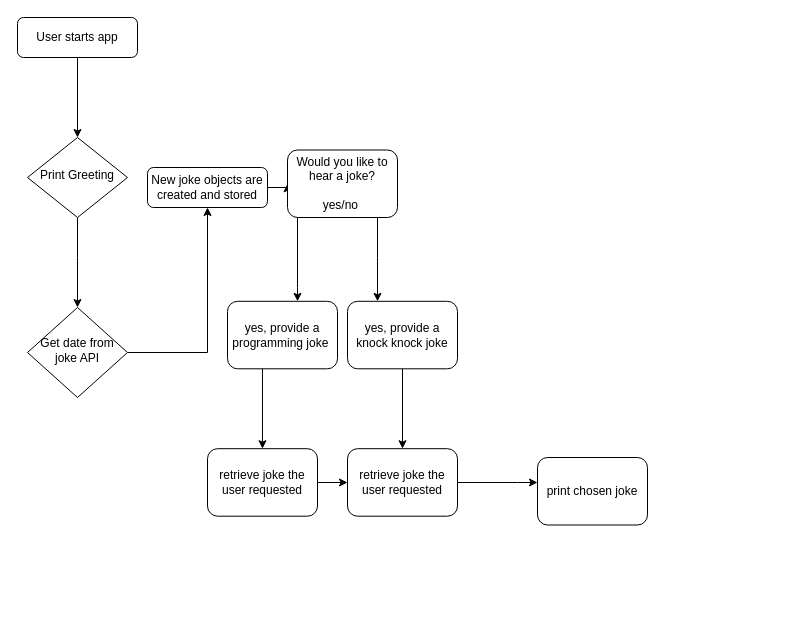
Before: Untitled Diagram.drawio in reyes2981/jest_er, a draw.io diagram. Source tidied: cells renumbered, new cells numbered last; positions are measured from the earlier drawing's top-left corner, leaving out a move shared by most shapes. Both pictures are drawn from the tidied source at 100%, with x=0, y=0 at pixel (17, 17).
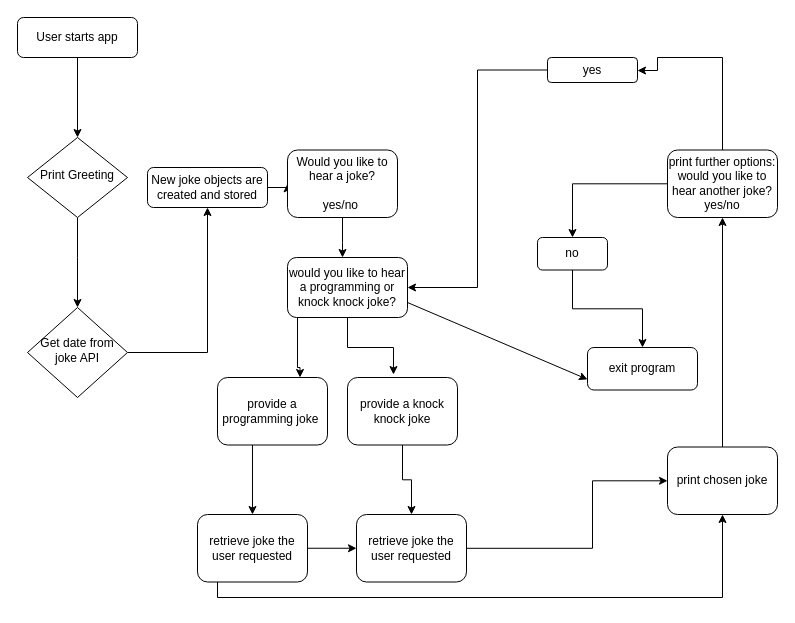
The same diagram, later.

The change refers to these unchanged cells:
```xml
<mxCell id="13" value="Would you like to hear a joke?&lt;br&gt;&lt;br&gt;yes/no&amp;nbsp;" style="whiteSpace=wrap;html=1;rounded=1;shadow=0;strokeWidth=1;glass=0;" parent="1" vertex="1">
  <mxGeometry x="270" y="132.5" width="110" height="67.5" as="geometry" />
</mxCell>
```

The edit, as a diff of the source:
```diff
@@
-    <mxCell id="11" style="edgeStyle=orthogonalEdgeStyle;rounded=0;jettySize=auto;html=1;" parent="1" edge="1" source="13" target="15">
-      <mxGeometry relative="1" as="geometry">
-        <Array as="points">
-          <mxPoint x="280" y="270" />
-          <mxPoint x="280" y="270" />
-        </Array>
-      </mxGeometry>
-    </mxCell>
-    <mxCell id="12" style="edgeStyle=orthogonalEdgeStyle;rounded=0;jettySize=auto;html=1;" parent="1" edge="1" source="13" target="17">
-      <mxGeometry relative="1" as="geometry">
-        <Array as="points">
-          <mxPoint x="360" y="240" />
-          <mxPoint x="360" y="240" />
-        </Array>
-      </mxGeometry>
-    </mxCell>
+    <mxCell id="23" style="edgeStyle=orthogonalEdgeStyle;rounded=0;jettySize=auto;html=1;" parent="1" edge="1" source="13" target="29">
+      <mxGeometry relative="1" as="geometry">
+        <Array as="points">
+          <mxPoint x="325" y="225" />
+          <mxPoint x="325" y="225" />
+        </Array>
+      </mxGeometry>
+    </mxCell>
@@
-    <mxCell id="15" value="yes, provide a programming joke&amp;nbsp;" style="whiteSpace=wrap;html=1;rounded=1;shadow=0;strokeWidth=1;glass=0;" parent="1" vertex="1">
-      <mxGeometry x="210" y="283.8" width="110" height="67.5" as="geometry" />
+    <mxCell id="15" value="provide a programming joke&amp;nbsp;" style="whiteSpace=wrap;html=1;rounded=1;shadow=0;strokeWidth=1;glass=0;" parent="1" vertex="1">
+      <mxGeometry x="200" y="360" width="110" height="67.5" as="geometry" />
     </mxCell>
@@
-    <mxCell id="17" value="yes, provide a knock knock joke" style="whiteSpace=wrap;html=1;rounded=1;shadow=0;strokeWidth=1;glass=0;" parent="1" vertex="1">
-      <mxGeometry x="330" y="283.8" width="110" height="67.5" as="geometry" />
+    <mxCell id="17" value="provide a knock knock joke" style="whiteSpace=wrap;html=1;rounded=1;shadow=0;strokeWidth=1;glass=0;" parent="1" vertex="1">
+      <mxGeometry x="330" y="360" width="110" height="67.5" as="geometry" />
     </mxCell>
@@
+    <mxCell id="24" style="edgeStyle=orthogonalEdgeStyle;rounded=0;jettySize=auto;html=1;" parent="1" edge="1" source="19" target="22">
+      <mxGeometry relative="1" as="geometry">
+        <Array as="points">
+          <mxPoint x="200" y="580" />
+          <mxPoint x="705" y="580" />
+        </Array>
+      </mxGeometry>
+    </mxCell>
     <mxCell id="19" value="retrieve joke the user requested" style="whiteSpace=wrap;html=1;rounded=1;shadow=0;strokeWidth=1;glass=0;" parent="1" vertex="1">
-      <mxGeometry x="190" y="431.2" width="110" height="67.5" as="geometry" />
+      <mxGeometry x="180" y="497" width="110" height="67.5" as="geometry" />
     </mxCell>
     <mxCell id="20" style="edgeStyle=orthogonalEdgeStyle;rounded=0;jettySize=auto;html=1;" parent="1" edge="1" source="21" target="22">
       <mxGeometry relative="1" as="geometry">
         <Array as="points">
-          <mxPoint x="500" y="465" />
-          <mxPoint x="500" y="465" />
+          <mxPoint x="575" y="531" />
         </Array>
       </mxGeometry>
     </mxCell>
     <mxCell id="21" value="retrieve joke the user requested" style="whiteSpace=wrap;html=1;rounded=1;shadow=0;strokeWidth=1;glass=0;" parent="1" vertex="1">
-      <mxGeometry x="330" y="431.2" width="110" height="67.5" as="geometry" />
+      <mxGeometry x="339" y="497" width="110" height="67.5" as="geometry" />
     </mxCell>
+    <mxCell id="25" style="edgeStyle=orthogonalEdgeStyle;rounded=0;jettySize=auto;html=1;" parent="1" edge="1" source="22" target="37">
+      <mxGeometry relative="1" as="geometry" />
+    </mxCell>
     <mxCell id="22" value="print chosen joke" style="whiteSpace=wrap;html=1;rounded=1;shadow=0;strokeWidth=1;glass=0;" parent="1" vertex="1">
-      <mxGeometry x="520" y="440" width="110" height="67.5" as="geometry" />
+      <mxGeometry x="650" y="429.5" width="110" height="67.5" as="geometry" />
     </mxCell>
+    <mxCell id="26" style="edgeStyle=orthogonalEdgeStyle;rounded=0;jettySize=auto;html=1;" parent="1" edge="1" source="37" target="35">
+      <mxGeometry relative="1" as="geometry">
+        <Array as="points">
+          <mxPoint x="705" y="40" />
+          <mxPoint x="640" y="40" />
+          <mxPoint x="640" y="53" />
+        </Array>
+      </mxGeometry>
+    </mxCell>
+    <mxCell id="27" style="edgeStyle=orthogonalEdgeStyle;rounded=0;jettySize=auto;html=1;" parent="1" edge="1" source="37" target="33">
+      <mxGeometry relative="1" as="geometry" />
+    </mxCell>
+    <mxCell id="28" style="edgeStyle=orthogonalEdgeStyle;rounded=0;jettySize=auto;html=1;entryX=0.418;entryY=-0.044;entryDx=0;entryDy=0;entryPerimeter=0;" parent="1" edge="1" source="29" target="17">
+      <mxGeometry relative="1" as="geometry">
+        <Array as="points">
+          <mxPoint x="330" y="330" />
+          <mxPoint x="376" y="330" />
+        </Array>
+      </mxGeometry>
+    </mxCell>
+    <mxCell id="29" value="would you like to hear a programming or knock knock joke?" style="rounded=1;whiteSpace=wrap;html=1;" parent="1" vertex="1">
+      <mxGeometry x="270" y="240" width="120" height="60" as="geometry" />
+    </mxCell>
+    <mxCell id="30" style="edgeStyle=orthogonalEdgeStyle;rounded=0;jettySize=auto;html=1;entryX=0.75;entryY=0;entryDx=0;entryDy=0;" parent="1" edge="1" source="29" target="15">
+      <mxGeometry relative="1" as="geometry">
+        <Array as="points">
+          <mxPoint x="280" y="350" />
+          <mxPoint x="283" y="350" />
+        </Array>
+      </mxGeometry>
+    </mxCell>
+    <mxCell id="31" value="exit program" style="whiteSpace=wrap;html=1;rounded=1;shadow=0;strokeWidth=1;glass=0;" parent="1" vertex="1">
+      <mxGeometry x="570" y="330" width="110" height="42.5" as="geometry" />
+    </mxCell>
+    <mxCell id="32" style="edgeStyle=orthogonalEdgeStyle;rounded=0;jettySize=auto;html=1;" parent="1" edge="1" source="33" target="31">
+      <mxGeometry relative="1" as="geometry" />
+    </mxCell>
+    <mxCell id="33" value="no&lt;br&gt;" style="whiteSpace=wrap;html=1;rounded=1;shadow=0;strokeWidth=1;glass=0;" parent="1" vertex="1">
+      <mxGeometry x="520" y="220" width="70" height="32.5" as="geometry" />
+    </mxCell>
+    <mxCell id="34" style="edgeStyle=orthogonalEdgeStyle;rounded=0;jettySize=auto;html=1;entryX=1;entryY=0.5;entryDx=0;entryDy=0;" parent="1" edge="1" source="35" target="29">
+      <mxGeometry relative="1" as="geometry">
+        <Array as="points">
+          <mxPoint x="460" y="53" />
+          <mxPoint x="460" y="270" />
+        </Array>
+      </mxGeometry>
+    </mxCell>
+    <mxCell id="35" value="yes" style="whiteSpace=wrap;html=1;rounded=1;shadow=0;strokeWidth=1;glass=0;" parent="1" vertex="1">
+      <mxGeometry x="530" y="40" width="90" height="25" as="geometry" />
+    </mxCell>
+    <mxCell id="36" style="endArrow=classic;html=1;exitX=1;exitY=0.75;exitDx=0;exitDy=0;entryX=0;entryY=0.75;entryDx=0;entryDy=0;" parent="1" edge="1" source="29" target="31">
+      <mxGeometry relative="1" as="geometry" />
+    </mxCell>
+    <mxCell id="37" value="print further options: would you like to hear another joke?&lt;br&gt;yes/no" style="whiteSpace=wrap;html=1;rounded=1;shadow=0;strokeWidth=1;glass=0;" parent="1" vertex="1">
+      <mxGeometry x="650" y="132.5" width="110" height="67.5" as="geometry" />
+    </mxCell>
```
